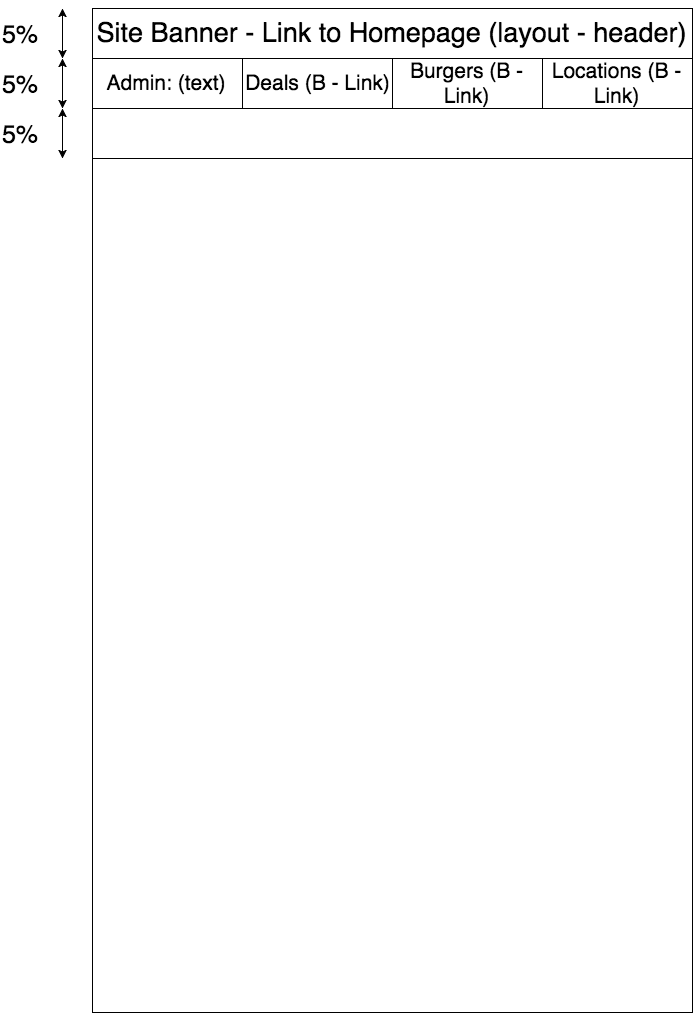
The draw.io diagram planning/wireframe_home_page.png in dinhosang/cc_project_1_burger_deals, before a commit. Source tidied: cells renumbered, new cells last; positions are measured from the earlier drawing's top-left corner, leaving out a move shared by most shapes.
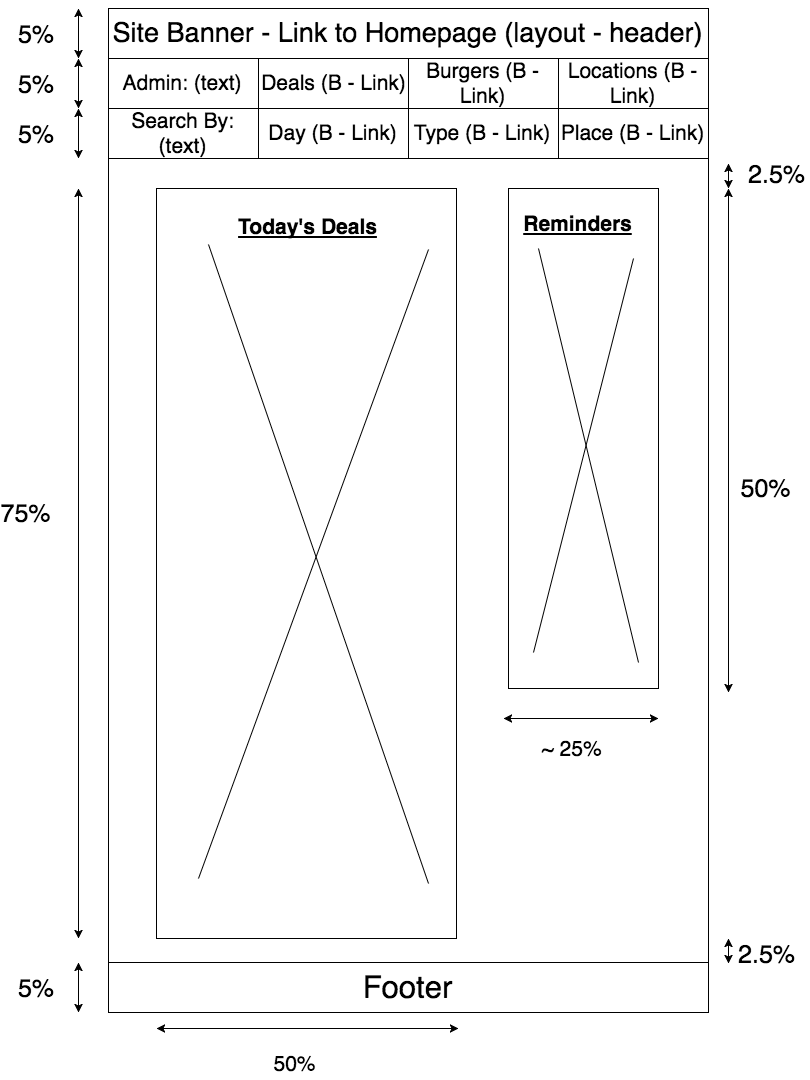
After the change.

Diff of the diagram source:
```diff
@@ -62,5 +62,140 @@
     <mxCell id="15" value="&lt;font style=&quot;font-size: 25px&quot;&gt;5%&amp;nbsp;&lt;/font&gt;" style="text;html=1;strokeColor=none;fillColor=none;align=center;verticalAlign=middle;whiteSpace=wrap;rounded=0;" parent="1" vertex="1">
       <mxGeometry y="100" width="40" height="50" as="geometry" />
     </mxCell>
+    <mxCell id="16" value="&lt;font style=&quot;font-size: 21px&quot;&gt;Search By: (text)&lt;/font&gt;" style="rounded=0;whiteSpace=wrap;html=1;strokeWidth=1;align=center;" parent="1" vertex="1">
+      <mxGeometry x="90" y="100" width="150" height="50" as="geometry" />
+    </mxCell>
+    <mxCell id="17" value="&lt;font style=&quot;font-size: 21px&quot;&gt;Day (B - Link)&lt;/font&gt;" style="rounded=0;whiteSpace=wrap;html=1;strokeWidth=1;align=center;" parent="1" vertex="1">
+      <mxGeometry x="240" y="100" width="150" height="50" as="geometry" />
+    </mxCell>
+    <mxCell id="18" value="&lt;font style=&quot;font-size: 21px&quot;&gt;Place (B - Link)&lt;/font&gt;" style="rounded=0;whiteSpace=wrap;html=1;strokeWidth=1;align=center;" parent="1" vertex="1">
+      <mxGeometry x="540" y="100" width="150" height="50" as="geometry" />
+    </mxCell>
+    <mxCell id="19" value="&lt;font style=&quot;font-size: 21px&quot;&gt;Type (B - Link)&lt;/font&gt;" style="rounded=0;whiteSpace=wrap;html=1;strokeWidth=1;align=center;" parent="1" vertex="1">
+      <mxGeometry x="390" y="100" width="150" height="50" as="geometry" />
+    </mxCell>
+    <mxCell id="20" value="&lt;font style=&quot;font-size: 31px&quot;&gt;Footer&lt;/font&gt;" style="rounded=0;whiteSpace=wrap;html=1;strokeWidth=1;align=center;" parent="1" vertex="1">
+      <mxGeometry x="90" y="954" width="600" height="50" as="geometry" />
+    </mxCell>
+    <mxCell id="21" style="rounded=0;whiteSpace=wrap;html=1;strokeWidth=1;align=center;" parent="1" vertex="1">
+      <mxGeometry x="138" y="180" width="300" height="750" as="geometry" />
+    </mxCell>
+    <mxCell id="22" style="rounded=0;whiteSpace=wrap;html=1;strokeWidth=1;align=center;" parent="1" vertex="1">
+      <mxGeometry x="490" y="180" width="150" height="500" as="geometry" />
+    </mxCell>
+    <mxCell id="23" value="&lt;u&gt;&lt;font style=&quot;font-size: 21px&quot;&gt;&lt;b&gt;Reminders&lt;/b&gt;&lt;/font&gt;&lt;/u&gt;" style="text;html=1;strokeColor=none;fillColor=none;align=center;verticalAlign=middle;whiteSpace=wrap;rounded=0;" parent="1" vertex="1">
+      <mxGeometry x="500" y="200" width="120" height="30" as="geometry" />
+    </mxCell>
+    <mxCell id="24" value="&lt;u&gt;&lt;font style=&quot;font-size: 21px&quot;&gt;&lt;b&gt;Today's Deals&lt;/b&gt;&lt;/font&gt;&lt;/u&gt;" style="text;html=1;strokeColor=none;fillColor=none;align=center;verticalAlign=middle;whiteSpace=wrap;rounded=0;" parent="1" vertex="1">
+      <mxGeometry x="165" y="205" width="245" height="25" as="geometry" />
+    </mxCell>
+    <mxCell id="25" style="endArrow=none;html=1;" parent="1" edge="1">
+      <mxGeometry relative="1" as="geometry">
+        <mxPoint x="180" y="870" as="sourcePoint" />
+        <mxPoint x="410" y="241" as="targetPoint" />
+      </mxGeometry>
+    </mxCell>
+    <mxCell id="26" style="endArrow=none;html=1;" parent="1" edge="1">
+      <mxGeometry relative="1" as="geometry">
+        <mxPoint x="515" y="644" as="sourcePoint" />
+        <mxPoint x="615" y="250" as="targetPoint" />
+      </mxGeometry>
+    </mxCell>
+    <mxCell id="27" style="endArrow=none;html=1;" parent="1" edge="1">
+      <mxGeometry relative="1" as="geometry">
+        <mxPoint x="620" y="654" as="sourcePoint" />
+        <mxPoint x="520" y="240" as="targetPoint" />
+      </mxGeometry>
+    </mxCell>
+    <mxCell id="28" style="endArrow=none;html=1;" parent="1" edge="1">
+      <mxGeometry relative="1" as="geometry">
+        <mxPoint x="410" y="875" as="sourcePoint" />
+        <mxPoint x="190" y="236" as="targetPoint" />
+      </mxGeometry>
+    </mxCell>
+    <mxCell id="29" value="&lt;font style=&quot;font-size: 25px&quot;&gt;5%&amp;nbsp;&lt;/font&gt;" style="text;html=1;strokeColor=none;fillColor=none;align=center;verticalAlign=middle;whiteSpace=wrap;rounded=0;" parent="1" vertex="1">
+      <mxGeometry y="954" width="40" height="50" as="geometry" />
+    </mxCell>
+    <mxCell id="30" style="endArrow=classic;startArrow=classic;html=1;" parent="1" edge="1">
+      <mxGeometry relative="1" as="geometry">
+        <mxPoint x="60" y="1004" as="sourcePoint" />
+        <mxPoint x="60" y="954" as="targetPoint" />
+        <Array as="points">
+          <mxPoint x="60" y="1004" />
+        </Array>
+      </mxGeometry>
+    </mxCell>
+    <mxCell id="31" style="endArrow=classic;startArrow=classic;html=1;" parent="1" edge="1">
+      <mxGeometry relative="1" as="geometry">
+        <mxPoint x="60" y="930" as="sourcePoint" />
+        <mxPoint x="60" y="180" as="targetPoint" />
+        <Array as="points">
+          <mxPoint x="60" y="930" />
+        </Array>
+      </mxGeometry>
+    </mxCell>
+    <mxCell id="32" value="&lt;font style=&quot;font-size: 25px&quot;&gt;75%&amp;nbsp;&lt;/font&gt;" style="text;html=1;strokeColor=none;fillColor=none;align=center;verticalAlign=middle;whiteSpace=wrap;rounded=0;" parent="1" vertex="1">
+      <mxGeometry x="-10" y="479" width="40" height="50" as="geometry" />
+    </mxCell>
+    <mxCell id="33" style="endArrow=classic;startArrow=classic;html=1;" parent="1" edge="1">
+      <mxGeometry relative="1" as="geometry">
+        <mxPoint x="710" y="955" as="sourcePoint" />
+        <mxPoint x="710" y="930" as="targetPoint" />
+        <Array as="points">
+          <mxPoint x="710" y="955" />
+        </Array>
+      </mxGeometry>
+    </mxCell>
+    <mxCell id="34" value="&lt;font style=&quot;font-size: 25px&quot;&gt;2.5%&amp;nbsp;&lt;/font&gt;" style="text;html=1;strokeColor=none;fillColor=none;align=center;verticalAlign=middle;whiteSpace=wrap;rounded=0;" parent="1" vertex="1">
+      <mxGeometry x="730" y="920" width="40" height="50" as="geometry" />
+    </mxCell>
+    <mxCell id="35" style="endArrow=classic;startArrow=classic;html=1;" parent="1" edge="1">
+      <mxGeometry relative="1" as="geometry">
+        <mxPoint x="710" y="180" as="sourcePoint" />
+        <mxPoint x="710" y="155" as="targetPoint" />
+        <Array as="points">
+          <mxPoint x="710" y="180" />
+        </Array>
+      </mxGeometry>
+    </mxCell>
+    <mxCell id="36" value="&lt;font style=&quot;font-size: 25px&quot;&gt;2.5%&amp;nbsp;&lt;/font&gt;" style="text;html=1;strokeColor=none;fillColor=none;align=center;verticalAlign=middle;whiteSpace=wrap;rounded=0;" parent="1" vertex="1">
+      <mxGeometry x="740" y="140" width="40" height="50" as="geometry" />
+    </mxCell>
+    <mxCell id="37" style="endArrow=classic;startArrow=classic;html=1;" parent="1" edge="1">
+      <mxGeometry relative="1" as="geometry">
+        <mxPoint x="710" y="684" as="sourcePoint" />
+        <mxPoint x="710" y="180" as="targetPoint" />
+        <Array as="points">
+          <mxPoint x="710" y="684" />
+        </Array>
+      </mxGeometry>
+    </mxCell>
+    <mxCell id="38" value="&lt;font style=&quot;font-size: 25px&quot;&gt;50%&amp;nbsp;&lt;/font&gt;" style="text;html=1;strokeColor=none;fillColor=none;align=center;verticalAlign=middle;whiteSpace=wrap;rounded=0;" parent="1" vertex="1">
+      <mxGeometry x="730" y="454" width="40" height="50" as="geometry" />
+    </mxCell>
+    <mxCell id="39" style="endArrow=classic;startArrow=classic;html=1;" parent="1" edge="1">
+      <mxGeometry relative="1" as="geometry">
+        <mxPoint x="138" y="1020" as="sourcePoint" />
+        <mxPoint x="440" y="1020" as="targetPoint" />
+        <Array as="points">
+          <mxPoint x="168" y="1020" />
+        </Array>
+      </mxGeometry>
+    </mxCell>
+    <mxCell id="40" style="endArrow=classic;startArrow=classic;html=1;" parent="1" edge="1">
+      <mxGeometry relative="1" as="geometry">
+        <mxPoint x="485" y="710" as="sourcePoint" />
+        <mxPoint x="640" y="710" as="targetPoint" />
+        <Array as="points">
+          <mxPoint x="515" y="710" />
+        </Array>
+      </mxGeometry>
+    </mxCell>
+    <mxCell id="41" value="&lt;font style=&quot;font-size: 21px&quot;&gt;50%&lt;/font&gt;" style="text;html=1;strokeColor=none;fillColor=none;align=center;verticalAlign=middle;whiteSpace=wrap;rounded=0;" parent="1" vertex="1">
+      <mxGeometry x="250" y="1040" width="52" height="30" as="geometry" />
+    </mxCell>
+    <mxCell id="42" value="&lt;font style=&quot;font-size: 21px&quot;&gt;~ 25%&lt;/font&gt;" style="text;html=1;strokeColor=none;fillColor=none;align=center;verticalAlign=middle;whiteSpace=wrap;rounded=0;" parent="1" vertex="1">
+      <mxGeometry x="520" y="730" width="65" height="20" as="geometry" />
+    </mxCell>
   </root>
 </mxGraphModel>
```
